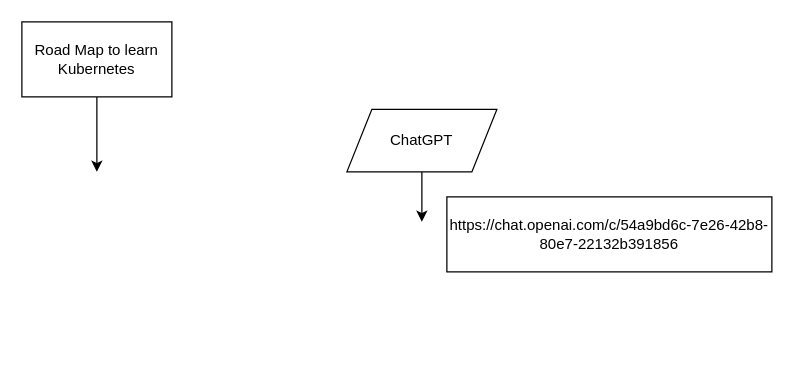
Above: Kubernetes/Kubernetes.drawio in MadhavBangaru/LearningTools (draw.io), before the change. Source tidied: cells renumbered, new cells numbered last; positions are measured from the earlier drawing's top-left corner, leaving out a move shared by most shapes. Both pictures are drawn from the tidied source at 125%, with x=0, y=0 at pixel (21, 21).
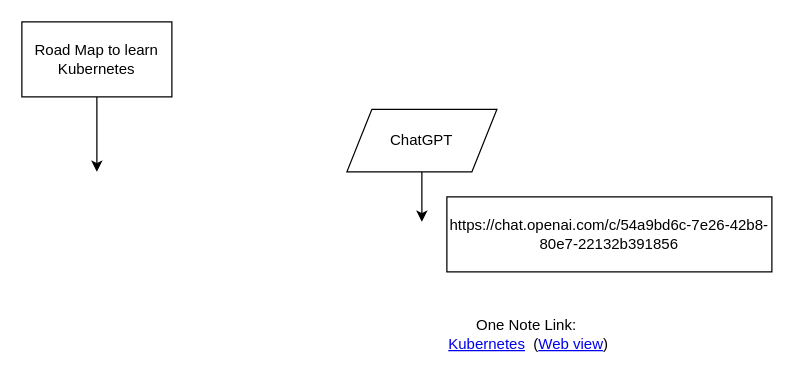
The same diagram, later.

What changed in the source:
```diff
@@
 <mxGraphModel>
   <root>
     <mxCell id="0" />
     <mxCell id="1" parent="0" />
     <mxCell id="2" style="edgeStyle=none;html=1;" parent="1" edge="1" source="3">
       <mxGeometry relative="1" as="geometry">
         <mxPoint x="60" y="120" as="targetPoint" />
       </mxGeometry>
     </mxCell>
     <mxCell id="3" value="Road Map to learn Kubernetes" style="whiteSpace=wrap;html=1;" parent="1" vertex="1">
       <mxGeometry width="120" height="60" as="geometry" />
     </mxCell>
     <mxCell id="4" style="edgeStyle=none;html=1;" parent="1" edge="1" source="5">
       <mxGeometry relative="1" as="geometry">
         <mxPoint x="320" y="160" as="targetPoint" />
       </mxGeometry>
     </mxCell>
     <mxCell id="5" value="ChatGPT" style="shape=parallelogram;perimeter=parallelogramPerimeter;whiteSpace=wrap;html=1;fixedSize=1;" parent="1" vertex="1">
       <mxGeometry x="260" y="70" width="120" height="50" as="geometry" />
     </mxCell>
     <mxCell id="6" value="https://chat.openai.com/c/54a9bd6c-7e26-42b8-80e7-22132b391856" style="whiteSpace=wrap;html=1;" parent="1" vertex="1">
       <mxGeometry x="340" y="140" width="260" height="60" as="geometry" />
     </mxCell>
+    <mxCell id="7" value="One Note Link:&amp;nbsp;&lt;br&gt;&lt;a href=&quot;onenote:https://d.docs.live.net/5558b12999e7636d/Documents/Learning%20Tools/DEVOPS/Kubernetes.one#section-id={8E3EFD13-5DD5-4EAD-9497-39535AD5C93C}&amp;amp;end&quot;&gt;Kubernetes&lt;/a&gt;&amp;nbsp; (&lt;a href=&quot;https://onedrive.live.com/view.aspx?resid=5558B12999E7636D%212409&amp;amp;id=documents&amp;amp;wd=target%28DEVOPS%2FKubernetes.one%7C8E3EFD13-5DD5-4EAD-9497-39535AD5C93C%2F%29&quot;&gt;Web view&lt;/a&gt;)" style="text;html=1;align=center;verticalAlign=middle;strokeColor=none;fillColor=none;" parent="1" vertex="1">
+      <mxGeometry x="330" y="230" width="150" height="40" as="geometry" />
+    </mxCell>
   </root>
 </mxGraphModel>
```
